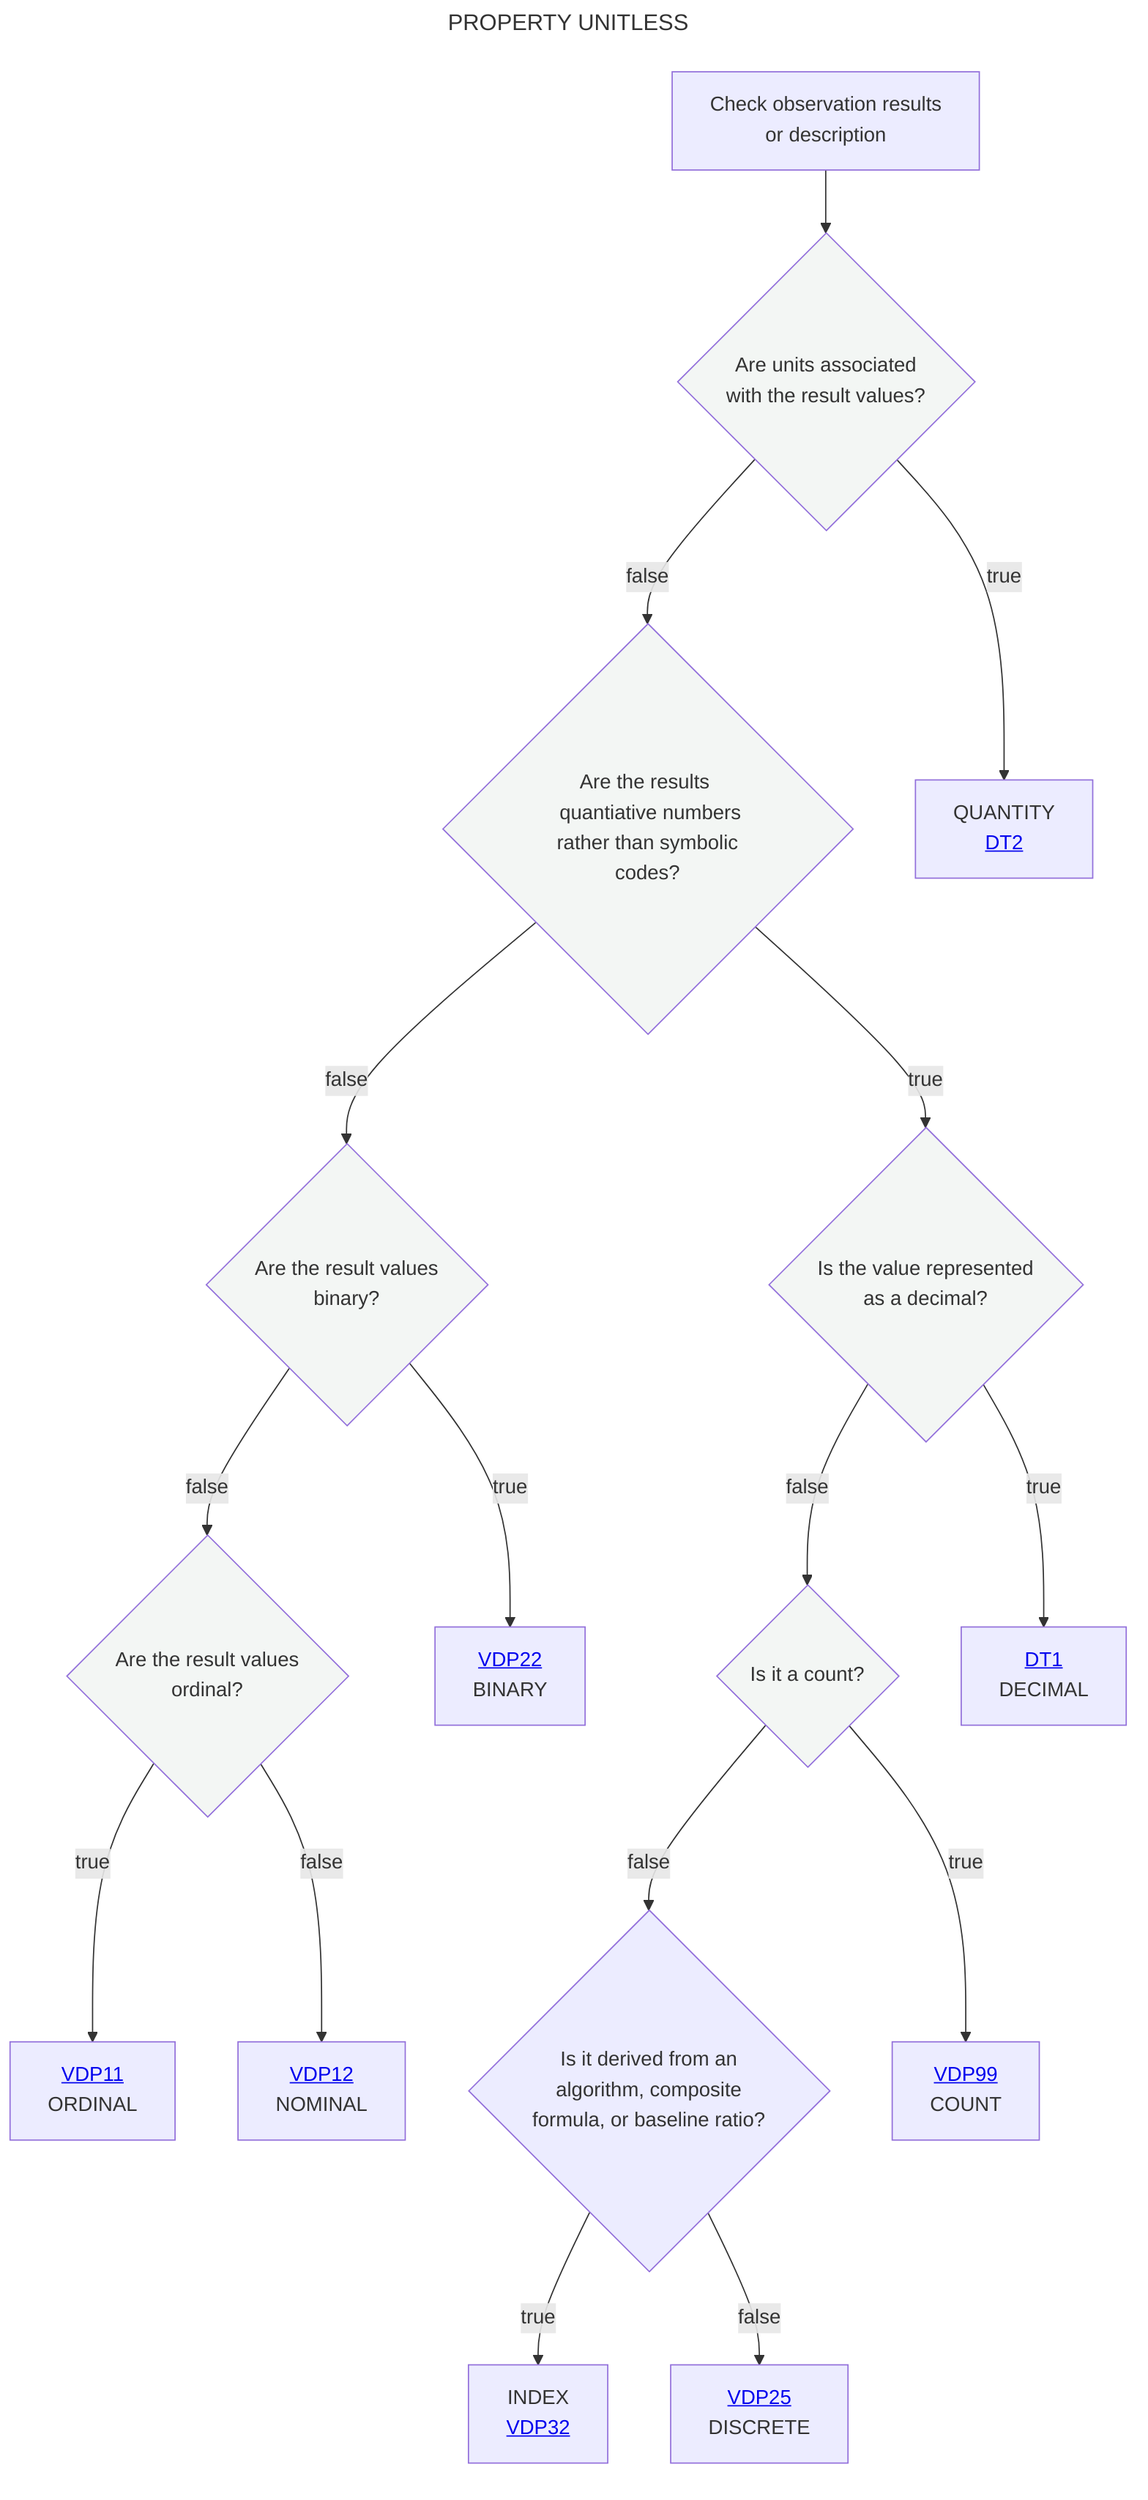
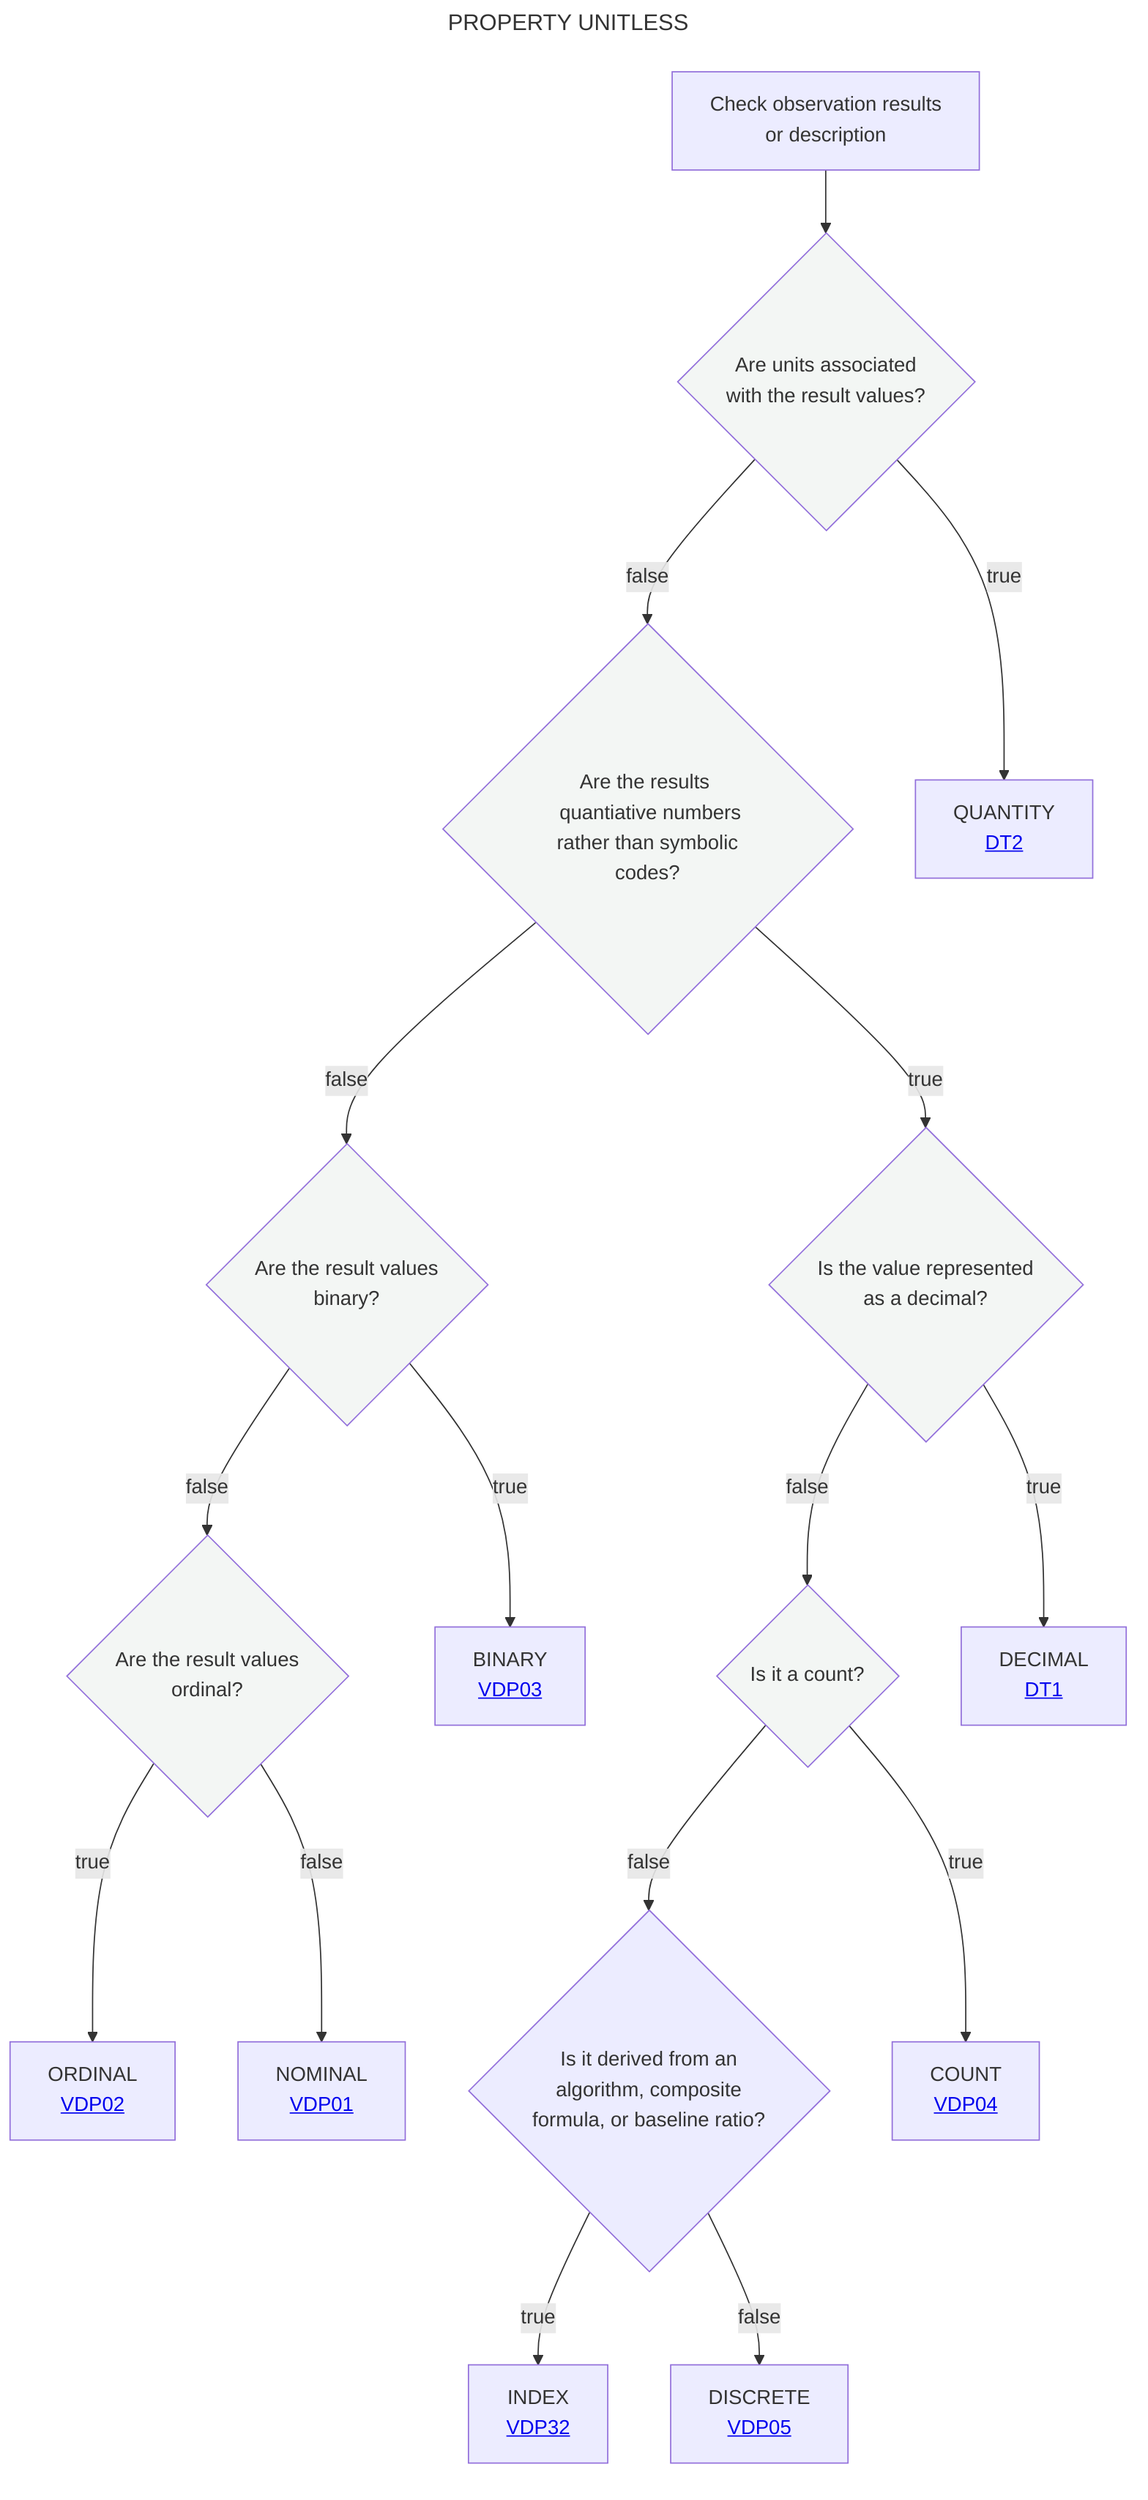
---
title: PROPERTY UNITLESS
---
flowchart TD
    A[Check observation results <br> or description] --> B{Are units associated <br> with the result values?}:::white
    B --> |false|C{Are the results <br> quantiative numbers<br> rather than symbolic codes?}:::white
    B --> |true|D[QUANTITY <br> <a href='https://github.com/mabablue/I-ADOPT-patterns-playground/blob/main/Decisition_trees/DT2.mmd'>DT2</a><br>]
    C --> |false|E{Are the result values <br> binary?}:::white
    C --> |true|G{Is the value represented <br> as a decimal?}:::white
    E --> |false|I{Are the result values <br> ordinal?}:::white
    G --> |false|H{Is it a count?}:::white
    H--> |false|N{Is it derived from an <br> algorithm, composite <br> formula, or baseline ratio?}
    N --> |true|O[INDEX <br> <a href='https://github.com/mabablue/I-ADOPT-patterns-playground/blob/main/pattern/VDP32.yaml'>VDP32</a><br>]
-     N --> |false|P[<a href='https://github.com/mabablue/I-ADOPT-patterns-playground/blob/main/pattern/VDP24.yaml'>VDP25</a><br> DISCRETE]
-     H --> |true|M[<a href='https://github.com/mabablue/I-ADOPT-patterns-playground/blob/main/pattern/VDP24.yaml'>VDP99</a><br> COUNT]
-     I --> |true|J[<a href='https://github.com/mabablue/I-ADOPT-patterns-playground/blob/main/pattern/VDP11.yaml'>VDP11</a><br> ORDINAL]
-     I --> |false|K[<a href='https://github.com/mabablue/I-ADOPT-patterns-playground/blob/main/pattern/VDP12.yaml'>VDP12</a><br> NOMINAL]
-     E --> |true|F[<a href='https://github.com/mabablue/I-ADOPT-patterns-playground/blob/main/pattern/VDP22.yaml'>VDP22</a><br> BINARY]
-     G --> |true|L[<a href='https://github.com/mabablue/I-ADOPT-patterns-playground/blob/main/Decisition_trees/DT1.mmd'>DT1</a><br> DECIMAL]
+     N --> |false|P[DISCRETE <br> <a href='https://github.com/mabablue/I-ADOPT-patterns-playground/blob/main/pattern/VDP05.yaml'>VDP05</a><br>]
+     H --> |true|M[COUNT <br> <a href='https://github.com/mabablue/I-ADOPT-patterns-playground/blob/main/pattern/VDP04.yaml'>VDP04</a><br>]
+     I --> |true|J[ORDINAL <br> <a href='https://github.com/mabablue/I-ADOPT-patterns-playground/blob/main/pattern/VDP02.yaml'>VDP02</a><br>]
+     I --> |false|K[NOMINAL <br> <a href='https://github.com/mabablue/I-ADOPT-patterns-playground/blob/main/pattern/VDP01.yaml'>VDP01</a><br>]
+     E --> |true|F[BINARY <br> <a href='https://github.com/mabablue/I-ADOPT-patterns-playground/blob/main/pattern/VDP03.yaml'>VDP03</a><br>]
+     G --> |true|L[DECIMAL <br> <a href='https://github.com/mabablue/I-ADOPT-patterns-playground/blob/main/Decisition_trees/DT1.mmd'>DT1</a><br>]
   classDef blue fill:#90D5FF
   classDef satblue fill:#57B9FF
   classDef white fill:#f3f6f4
   classDef green fill:#6aa84f
